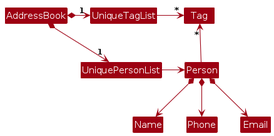
Before: diagrams/BetterModelClassDiagram.png, a diagram exported from PlantUML (CJBuzz/tp). Its source is kept beside it as diagrams/BetterModelClassDiagram.puml. The source it was exported from:
```plantuml
@startuml
!include style.puml
skinparam arrowThickness 1.1
skinparam arrowColor MODEL_COLOR
skinparam classBackgroundColor MODEL_COLOR

AddressBook *-right-> "1" UniquePersonList
AddressBook *-right-> "1" UniqueTagList
UniqueTagList -[hidden]down- UniquePersonList
UniqueTagList -[hidden]down- UniquePersonList

UniqueTagList -right-> "*" Tag
UniquePersonList -right-> Person

Person -up-> "*" Tag

Person *--> Name
Person *--> Phone
Person *--> Email
@enduml
```
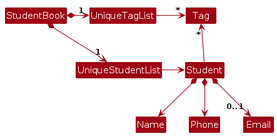
Later version of the same file.

Change to the diagram source:
```diff
@@ -4,17 +4,17 @@
 skinparam arrowColor MODEL_COLOR
 skinparam classBackgroundColor MODEL_COLOR
 
-AddressBook *-right-> "1" UniquePersonList
-AddressBook *-right-> "1" UniqueTagList
-UniqueTagList -[hidden]down- UniquePersonList
-UniqueTagList -[hidden]down- UniquePersonList
+StudentBook *-right-> "1" UniqueStudentList
+StudentBook *-right-> "1" UniqueTagList
+UniqueTagList -[hidden]down- UniqueStudentList
+UniqueTagList -[hidden]down- UniqueStudentList
 
 UniqueTagList -right-> "*" Tag
-UniquePersonList -right-> Person
+UniqueStudentList -right-> Student
 
-Person -up-> "*" Tag
+Student -up-> "*" Tag
 
-Person *--> Name
-Person *--> Phone
-Person *--> Email
+Student *--> Name
+Student *--> Phone
+Student *--> "0..1" Email
 @enduml
```
